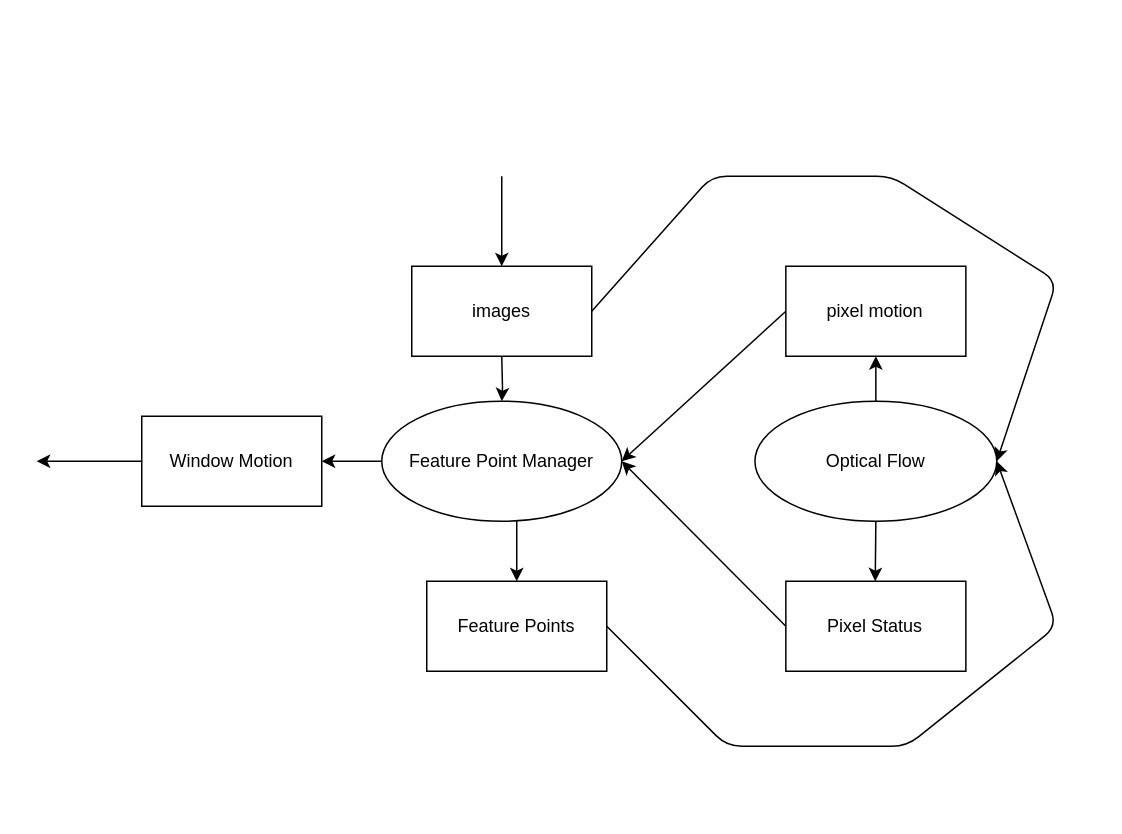
This is ch6_optical_flow/docu/system.drawio from Xin546946/computer_vision_course, a draw.io file, before an edit. Source tidied: cells renumbered, new cells numbered last; positions are measured from the earlier drawing's top-left corner, leaving out a move shared by most shapes. Both pictures are drawn from the tidied source at 150%, with x=0, y=0 at pixel (36, 176).
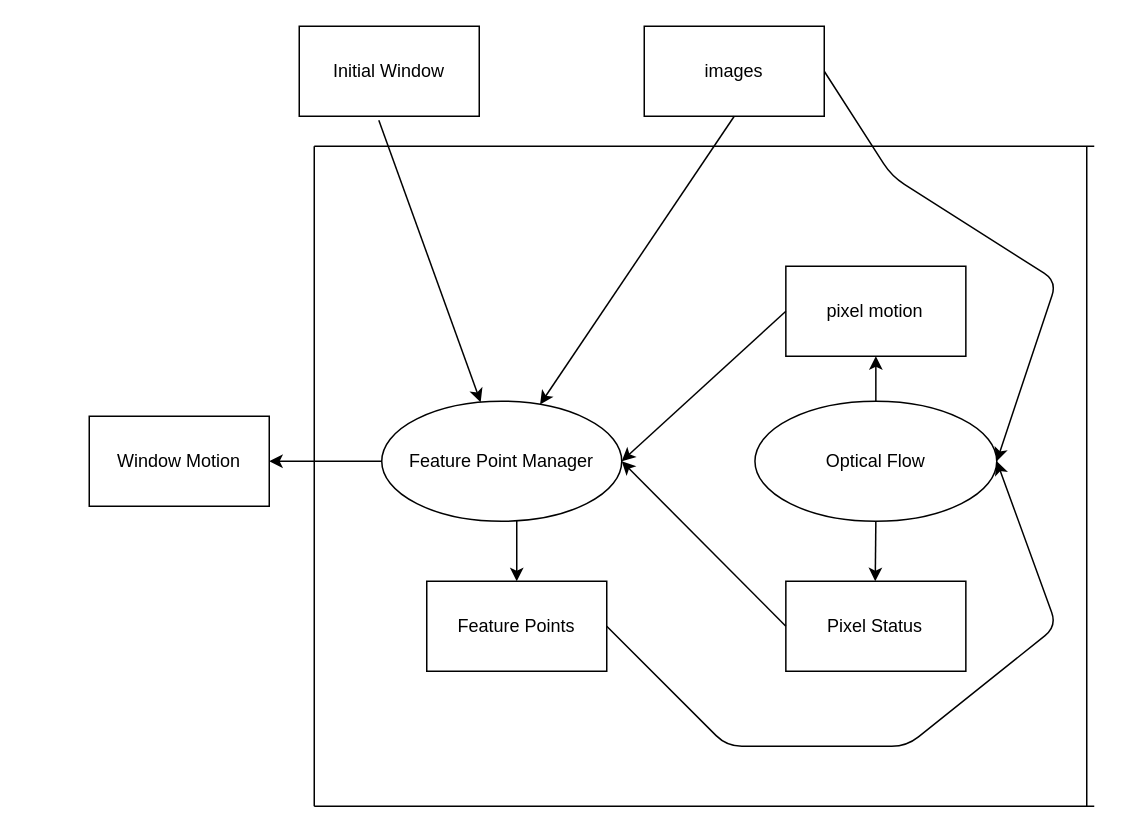
The same diagram, later.

Unchanged cells that the change refers to:
```xml
<mxCell id="3" value="Optical Flow" style="ellipse;whiteSpace=wrap;html=1;" parent="1" vertex="1">
  <mxGeometry x="478.8" y="150" width="161.2" height="80" as="geometry" />
</mxCell>
<mxCell id="5" value="Feature Point Manager" style="ellipse;whiteSpace=wrap;html=1;" parent="1" vertex="1">
  <mxGeometry x="230" y="150" width="160" height="80" as="geometry" />
</mxCell>
```

Diff of the diagram source:
```diff
@@
     <mxCell id="8" style="endArrow=classic;html=1;exitX=1;exitY=0.5;exitDx=0;exitDy=0;entryX=1;entryY=0.5;entryDx=0;entryDy=0;" parent="1" edge="1" source="11" target="3">
       <mxGeometry relative="1" as="geometry">
         <Array as="points">
-          <mxPoint x="450" />
           <mxPoint x="570" />
           <mxPoint x="680" y="70" />
         </Array>
       </mxGeometry>
     </mxCell>
@@
-    <mxCell id="10" style="edgeStyle=orthogonalEdgeStyle;rounded=0;jettySize=auto;html=1;" parent="1" edge="1" target="5">
-      <mxGeometry relative="1" as="geometry">
-        <mxPoint x="310" y="120" as="sourcePoint" />
-      </mxGeometry>
-    </mxCell>
     <mxCell id="11" value="images" style="whiteSpace=wrap;html=1;" parent="1" vertex="1">
-      <mxGeometry x="250" y="60" width="120" height="60" as="geometry" />
+      <mxGeometry x="405" y="-100" width="120" height="60" as="geometry" />
     </mxCell>
@@
-    <mxCell id="16" style="endArrow=classic;html=1;exitX=0;exitY=0.5;exitDx=0;exitDy=0;" parent="1" edge="1" source="5">
-      <mxGeometry relative="1" as="geometry">
-        <mxPoint x="190" y="190" as="targetPoint" />
-      </mxGeometry>
+    <mxCell id="16" style="endArrow=classic;html=1;exitX=0;exitY=0.5;exitDx=0;exitDy=0;entryX=1;entryY=0.5;entryDx=0;entryDy=0;" parent="1" edge="1" source="5" target="18">
+      <mxGeometry relative="1" as="geometry" />
     </mxCell>
-    <mxCell id="17" style="endArrow=classic;html=1;" parent="1" edge="1" target="11">
-      <mxGeometry relative="1" as="geometry">
-        <mxPoint x="310" as="sourcePoint" />
-      </mxGeometry>
-    </mxCell>
     <mxCell id="18" value="Window Motion" style="rounded=0;whiteSpace=wrap;html=1;" parent="1" vertex="1">
-      <mxGeometry x="70" y="160" width="120" height="60" as="geometry" />
+      <mxGeometry x="35" y="160" width="120" height="60" as="geometry" />
     </mxCell>
-    <mxCell id="19" style="endArrow=classic;html=1;exitX=0;exitY=0.5;exitDx=0;exitDy=0;" parent="1" edge="1" source="18">
-      <mxGeometry relative="1" as="geometry">
-        <mxPoint y="190" as="targetPoint" />
-      </mxGeometry>
-    </mxCell>
+    <mxCell id="20" value="Initial Window" style="rounded=0;whiteSpace=wrap;html=1;" parent="1" vertex="1">
+      <mxGeometry x="175" y="-100" width="120" height="60" as="geometry" />
+    </mxCell>
+    <mxCell id="21" style="endArrow=none;html=1;" parent="1" edge="1">
+      <mxGeometry relative="1" as="geometry">
+        <mxPoint x="185" y="420" as="sourcePoint" />
+        <mxPoint x="185" y="-20" as="targetPoint" />
+      </mxGeometry>
+    </mxCell>
+    <mxCell id="22" style="endArrow=none;html=1;" parent="1" edge="1">
+      <mxGeometry relative="1" as="geometry">
+        <mxPoint x="700" y="420" as="sourcePoint" />
+        <mxPoint x="700" y="-20" as="targetPoint" />
+      </mxGeometry>
+    </mxCell>
+    <mxCell id="23" style="endArrow=classic;html=1;exitX=0.442;exitY=1.044;exitDx=0;exitDy=0;exitPerimeter=0;" parent="1" edge="1" source="20" target="5">
+      <mxGeometry relative="1" as="geometry" />
+    </mxCell>
+    <mxCell id="24" style="endArrow=classic;html=1;exitX=0.5;exitY=1;exitDx=0;exitDy=0;" parent="1" edge="1" source="11" target="5">
+      <mxGeometry relative="1" as="geometry" />
+    </mxCell>
+    <mxCell id="25" style="endArrow=none;html=1;" parent="1" edge="1">
+      <mxGeometry relative="1" as="geometry">
+        <mxPoint x="185" y="-20" as="sourcePoint" />
+        <mxPoint x="705" y="-20" as="targetPoint" />
+      </mxGeometry>
+    </mxCell>
+    <mxCell id="26" style="endArrow=none;html=1;" parent="1" edge="1">
+      <mxGeometry relative="1" as="geometry">
+        <mxPoint x="185" y="420" as="sourcePoint" />
+        <mxPoint x="705" y="420" as="targetPoint" />
+      </mxGeometry>
+    </mxCell>
```
